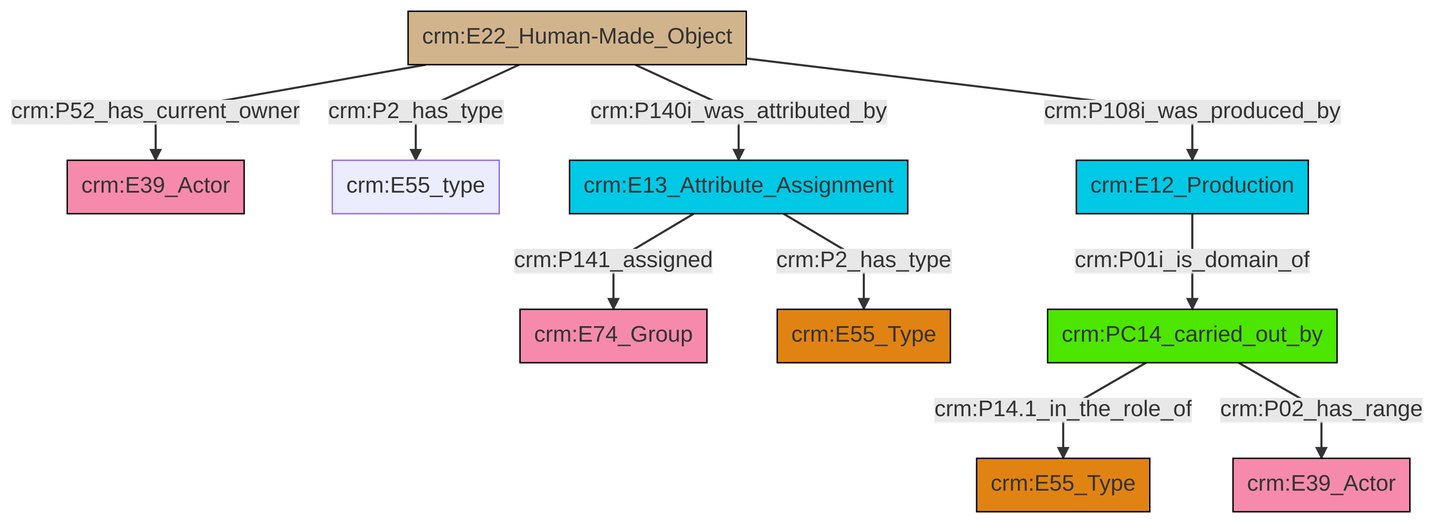
swiss-art-research-net/reference-data-models keeps this Mermaid diagram as et/builtWorkCSV/ttl/mmd/png/Built_Work_actor_relations.png. Above is the earlier version. Its source is kept beside it as et/builtWorkCSV/ttl/mmd/Built_Work_actor_relations.ttl.mmd.
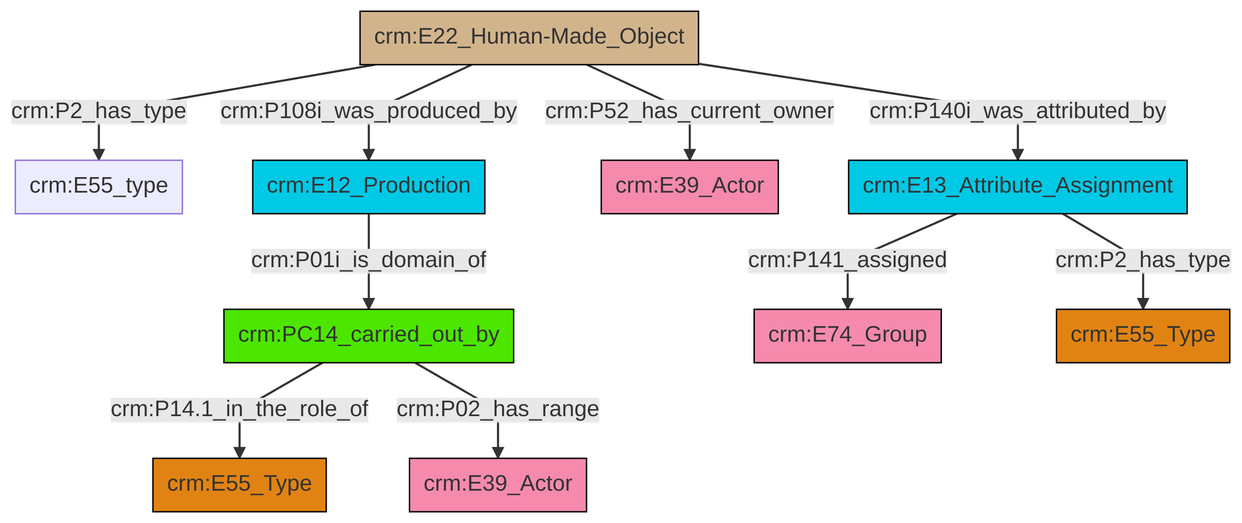
After the commit.

The edit, as a diff of the source:
```diff
@@ -13,12 +13,12 @@
 classDef PC_Classes fill:#4ce600, stroke:#000000;
 classDef Multi fill:#cccccc,stroke:#000000;
 
-0["crm:E13_Attribute_Assignment"]:::Temporal_Entity -->|crm:P141_assigned| 1["crm:E74_Group"]:::Actor
-2["crm:PC14_carried_out_by"]:::PC_Classes -->|crm:P14.1_in_the_role_of| 3["crm:E55_Type"]:::Type
-6["crm:E22_Human-Made_Object"]:::Physical_Thing -->|crm:P52_has_current_owner| 7["crm:E39_Actor"]:::Actor
-2["crm:PC14_carried_out_by"]:::PC_Classes -->|crm:P02_has_range| 8["crm:E39_Actor"]:::Actor
-6["crm:E22_Human-Made_Object"]:::Physical_Thing -->|crm:P2_has_type| 10["crm:E55_type"]:::Default
-6["crm:E22_Human-Made_Object"]:::Physical_Thing -->|crm:P140i_was_attributed_by| 0["crm:E13_Attribute_Assignment"]:::Temporal_Entity
-6["crm:E22_Human-Made_Object"]:::Physical_Thing -->|crm:P108i_was_produced_by| 13["crm:E12_Production"]:::Temporal_Entity
-13["crm:E12_Production"]:::Temporal_Entity -->|crm:P01i_is_domain_of| 2["crm:PC14_carried_out_by"]:::PC_Classes
-0["crm:E13_Attribute_Assignment"]:::Temporal_Entity -->|crm:P2_has_type| 4["crm:E55_Type"]:::Type
+2["crm:E13_Attribute_Assignment"]:::Temporal_Entity -->|crm:P141_assigned| 3["crm:E74_Group"]:::Actor
+6["crm:PC14_carried_out_by"]:::PC_Classes -->|crm:P14.1_in_the_role_of| 0["crm:E55_Type"]:::Type
+7["crm:E12_Production"]:::Temporal_Entity -->|crm:P01i_is_domain_of| 6["crm:PC14_carried_out_by"]:::PC_Classes
+4["crm:E22_Human-Made_Object"]:::Physical_Thing -->|crm:P2_has_type| 9["crm:E55_type"]:::Default
+4["crm:E22_Human-Made_Object"]:::Physical_Thing -->|crm:P108i_was_produced_by| 7["crm:E12_Production"]:::Temporal_Entity
+6["crm:PC14_carried_out_by"]:::PC_Classes -->|crm:P02_has_range| 10["crm:E39_Actor"]:::Actor
+4["crm:E22_Human-Made_Object"]:::Physical_Thing -->|crm:P52_has_current_owner| 11["crm:E39_Actor"]:::Actor
+4["crm:E22_Human-Made_Object"]:::Physical_Thing -->|crm:P140i_was_attributed_by| 2["crm:E13_Attribute_Assignment"]:::Temporal_Entity
+2["crm:E13_Attribute_Assignment"]:::Temporal_Entity -->|crm:P2_has_type| 14["crm:E55_Type"]:::Type
```
